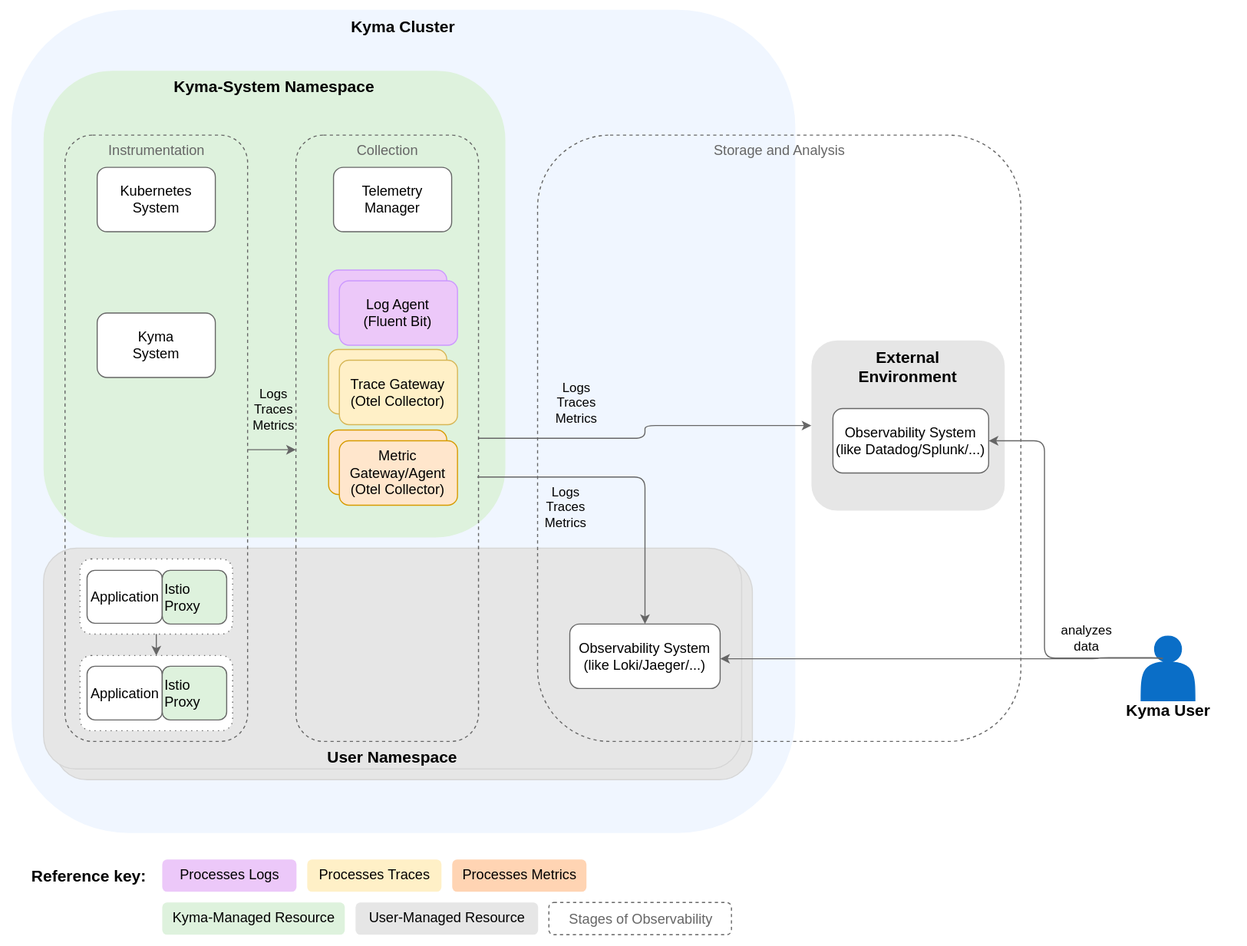
This is docs/user/assets/telemetry-arch.drawio.svg from kyma-project/telemetry-manager, a draw.io export, as it was before one commit. Source tidied: cells renumbered, new cells last; positions are measured from the earlier drawing's top-left corner, leaving out a move shared by most shapes.
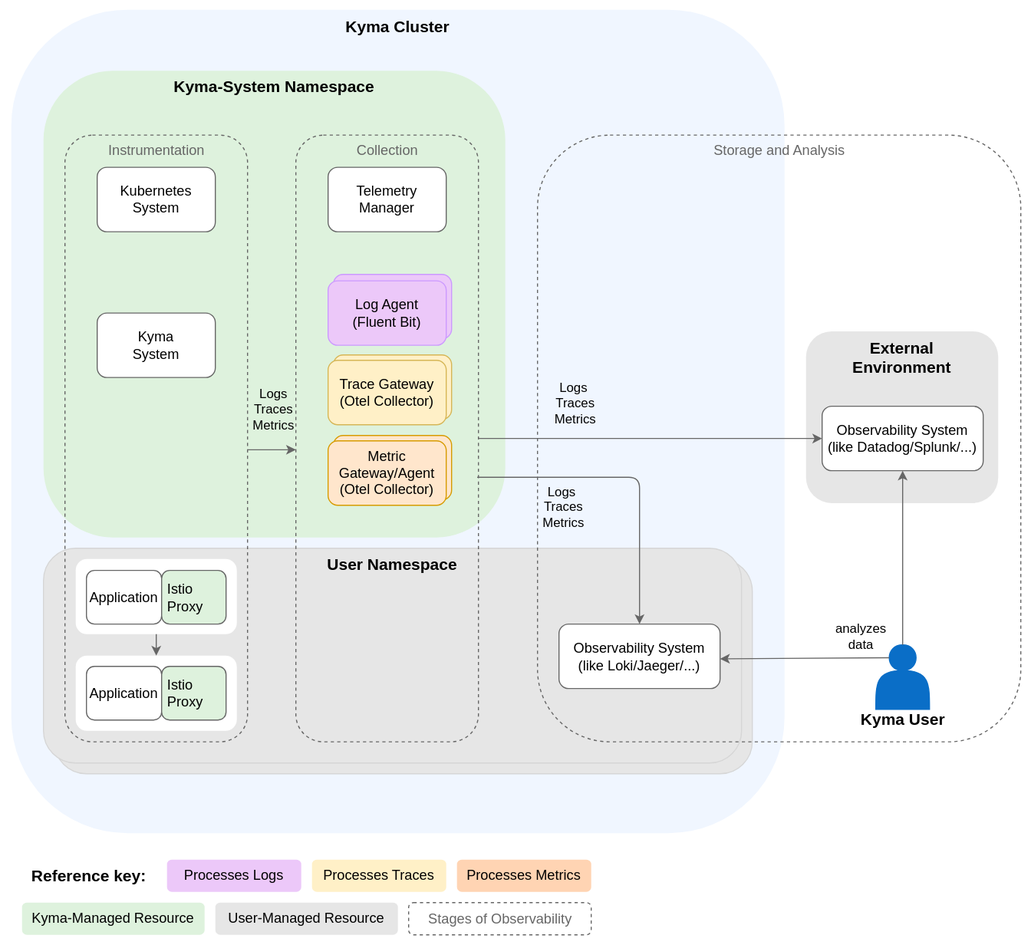
Above is the later version.

Change to the diagram source:
```diff
@@ -3,27 +3,27 @@
     <mxCell id="0" />
     <mxCell id="1" parent="0" />
     <mxCell id="2" style="rounded=0;whiteSpace=wrap;html=1;fillColor=#FFFFFF;strokeColor=none;" parent="1" vertex="1">
-      <mxGeometry width="1160" height="880" as="geometry" />
+      <mxGeometry width="960" height="880" as="geometry" />
     </mxCell>
     <mxCell id="3" value="&lt;b style=&quot;color: rgb(0, 0, 0); font-size: 15px;&quot;&gt;&lt;font style=&quot;font-size: 15px;&quot;&gt;Kyma Cluster&lt;br style=&quot;font-size: 15px;&quot;&gt;&lt;/font&gt;&lt;/b&gt;" style="rounded=1;whiteSpace=wrap;html=1;fillColor=#F0F6FF;strokeColor=none;fontColor=#333333;verticalAlign=top;fontSize=15;" parent="1" vertex="1">
-      <mxGeometry x="10" y="8.6" width="730" height="766.8" as="geometry" />
+      <mxGeometry x="10" y="8.6" width="720" height="766.8" as="geometry" />
     </mxCell>
     <mxCell id="4" value="&lt;b style=&quot;color: rgb(0, 0, 0); font-size: 15px;&quot;&gt;Kyma-System Namespace&lt;br style=&quot;font-size: 15px;&quot;&gt;&lt;/b&gt;" style="rounded=1;whiteSpace=wrap;html=1;dashed=1;fillColor=#DEF2DD;strokeColor=none;verticalAlign=top;fontSize=15;" parent="1" vertex="1">
       <mxGeometry x="40" y="65.3" width="430" height="434.7" as="geometry" />
     </mxCell>
     <mxCell id="5" style="rounded=1;whiteSpace=wrap;html=1;fillColor=#E6E6E6;strokeColor=#d6d6d6;" parent="1" vertex="1">
-      <mxGeometry x="50" y="520" width="650" height="205.7" as="geometry" />
+      <mxGeometry x="50" y="520" width="650" height="200" as="geometry" />
     </mxCell>
-    <mxCell id="6" value="&lt;b style=&quot;color: rgb(0, 0, 0); font-size: 15px;&quot;&gt;User Namespace&lt;br style=&quot;font-size: 15px;&quot;&gt;&lt;/b&gt;" style="rounded=1;whiteSpace=wrap;html=1;fillColor=#E6E6E6;strokeColor=#D6D6D6;verticalAlign=bottom;fontSize=15;" parent="1" vertex="1">
-      <mxGeometry x="40" y="510" width="650" height="205.7" as="geometry" />
+    <mxCell id="6" value="&lt;b style=&quot;color: rgb(0, 0, 0); font-size: 15px;&quot;&gt;User Namespace&lt;br style=&quot;font-size: 15px;&quot;&gt;&lt;/b&gt;" style="rounded=1;whiteSpace=wrap;html=1;fillColor=#E6E6E6;strokeColor=#D6D6D6;verticalAlign=top;fontSize=15;" parent="1" vertex="1">
+      <mxGeometry x="40" y="510" width="650" height="200" as="geometry" />
     </mxCell>
     <mxCell id="7" value="&lt;font color=&quot;#666666&quot; style=&quot;font-size: 13px;&quot;&gt;Storage and Analysis&lt;br style=&quot;font-size: 13px;&quot;&gt;&lt;/font&gt;" style="html=1;fillColor=none;strokeColor=#666666;rounded=1;dashed=1;verticalAlign=top;fontSize=13;" parent="1" vertex="1">
-      <mxGeometry x="500" y="125.3" width="450" height="564.7" as="geometry" />
+      <mxGeometry x="500" y="125.3" width="450" height="565" as="geometry" />
     </mxCell>
     <mxCell id="8" value="&lt;b style=&quot;color: rgb(0, 0, 0);&quot;&gt;&lt;font style=&quot;font-size: 15px;&quot;&gt;External&lt;br&gt;Environment&lt;br&gt;&lt;/font&gt;&lt;/b&gt;" style="rounded=1;whiteSpace=wrap;html=1;fillColor=#e6e6e6;strokeColor=none;fontColor=#333333;verticalAlign=top;" parent="1" vertex="1">
-      <mxGeometry x="755" y="316.6" width="180" height="158.4" as="geometry" />
+      <mxGeometry x="750" y="308" width="179" height="160" as="geometry" />
     </mxCell>
-    <mxCell id="9" style="edgeStyle=orthogonalEdgeStyle;rounded=1;jettySize=auto;html=1;entryX=0;entryY=0.5;entryDx=0;entryDy=0;strokeColor=#666666;" parent="1" edge="1" source="20" target="8">
+    <mxCell id="9" style="edgeStyle=orthogonalEdgeStyle;rounded=1;jettySize=auto;html=1;entryX=0;entryY=0.5;entryDx=0;entryDy=0;strokeColor=#666666;exitX=1;exitY=0.5;exitDx=0;exitDy=0;" parent="1" edge="1" source="20" target="13">
       <mxGeometry relative="1" as="geometry" />
     </mxCell>
     <mxCell id="10" value="Logs&amp;nbsp;&lt;br style=&quot;font-size: 12px;&quot;&gt;Traces&lt;br style=&quot;font-size: 12px;&quot;&gt;Metrics" style="edgeLabel;html=1;align=center;verticalAlign=middle;labelBackgroundColor=none;fontSize=12;" parent="9" vertex="1">
@@ -40,10 +40,10 @@
       </mxGeometry>
     </mxCell>
     <mxCell id="13" value="Observability System&lt;br style=&quot;font-size: 13px;&quot;&gt;(like Datadog/Splunk/...)" style="rounded=1;whiteSpace=wrap;html=1;fontColor=#000000;fillColor=#FFFFFF;strokeColor=#666666;fontSize=13;" parent="1" vertex="1">
-      <mxGeometry x="775" y="380" width="145" height="60" as="geometry" />
+      <mxGeometry x="765" y="377.8" width="150" height="60" as="geometry" />
     </mxCell>
     <mxCell id="14" value="Observability System&lt;br style=&quot;font-size: 13px;&quot;&gt;(like Loki/Jaeger/...)" style="rounded=1;whiteSpace=wrap;html=1;fontColor=#000000;fillColor=#FFFFFF;strokeColor=#666666;fontSize=13;" parent="1" vertex="1">
-      <mxGeometry x="530" y="580.7" width="140" height="60" as="geometry" />
+      <mxGeometry x="520" y="580.7" width="150" height="60" as="geometry" />
     </mxCell>
     <mxCell id="15" style="edgeStyle=orthogonalEdgeStyle;rounded=1;orthogonalLoop=1;jettySize=auto;html=1;entryX=0;entryY=0.5;entryDx=0;entryDy=0;strokeColor=#666666;labelBackgroundColor=none;fontColor=#666666;" parent="1" edge="1">
       <mxGeometry relative="1" as="geometry">
@@ -57,7 +57,7 @@
       </mxGeometry>
     </mxCell>
     <mxCell id="17" value="&lt;font color=&quot;#666666&quot; style=&quot;font-size: 13px;&quot;&gt;Instrumentation&lt;br style=&quot;font-size: 13px;&quot;&gt;&lt;/font&gt;" style="html=1;fillColor=none;strokeColor=#666666;rounded=1;dashed=1;verticalAlign=top;fontSize=13;" parent="1" vertex="1">
-      <mxGeometry x="60" y="125.3" width="170" height="564.7" as="geometry" />
+      <mxGeometry x="60" y="125.3" width="170" height="565" as="geometry" />
     </mxCell>
     <mxCell id="18" value="Kubernetes&lt;br style=&quot;font-size: 13px;&quot;&gt;System" style="rounded=1;whiteSpace=wrap;html=1;fillColor=#FFFFFF;strokeColor=#666666;fontColor=#000000;fontSize=13;" parent="1" vertex="1">
       <mxGeometry x="90" y="155.3" width="110" height="60" as="geometry" />
@@ -66,40 +66,40 @@
       <mxGeometry x="90" y="291" width="110" height="60" as="geometry" />
     </mxCell>
     <mxCell id="20" value="&lt;font color=&quot;#666666&quot; style=&quot;font-size: 13px;&quot;&gt;Collection&lt;br style=&quot;font-size: 13px;&quot;&gt;&lt;/font&gt;" style="html=1;fillColor=none;strokeColor=#666666;rounded=1;dashed=1;verticalAlign=top;fontSize=13;" parent="1" vertex="1">
-      <mxGeometry x="275" y="125.3" width="170" height="564.7" as="geometry" />
+      <mxGeometry x="275" y="125.3" width="170" height="565" as="geometry" />
     </mxCell>
     <mxCell id="21" value="Telemetry&lt;br style=&quot;font-size: 13px;&quot;&gt;Manager" style="rounded=1;whiteSpace=wrap;html=1;fontColor=#000000;fillColor=#FFFFFF;strokeColor=#666666;fontSize=13;" parent="1" vertex="1">
-      <mxGeometry x="310" y="155.3" width="110" height="60" as="geometry" />
+      <mxGeometry x="305" y="155.3" width="110" height="60" as="geometry" />
     </mxCell>
     <mxCell id="22" value="Log Agent&lt;br&gt;(Fluent Bit)" style="rounded=1;whiteSpace=wrap;html=1;fillColor=#ecc8f9;strokeColor=#CC99FF;fontColor=#000000;" parent="1" vertex="1">
-      <mxGeometry x="305.4" y="251" width="110" height="60" as="geometry" />
+      <mxGeometry x="310" y="255" width="110" height="60" as="geometry" />
     </mxCell>
     <mxCell id="23" value="Trace Gateway&lt;br&gt;(Otel Collector)" style="rounded=1;whiteSpace=wrap;html=1;fillColor=#fff0c7;strokeColor=#D6B656;fontColor=#000000;" parent="1" vertex="1">
-      <mxGeometry x="305.4" y="325" width="110" height="60" as="geometry" />
+      <mxGeometry x="310" y="330" width="110" height="60" as="geometry" />
     </mxCell>
     <mxCell id="24" value="&lt;font style=&quot;font-size: 15px;&quot;&gt;&lt;b&gt;Reference key:&lt;/b&gt;&lt;/font&gt;" style="text;html=1;align=center;verticalAlign=middle;strokeColor=none;fillColor=default;" parent="1" vertex="1">
       <mxGeometry x="17" y="800" width="130" height="30" as="geometry" />
     </mxCell>
     <mxCell id="25" value="&lt;span style=&quot;color: rgb(0, 0, 0); font-family: Helvetica; font-size: 13px; font-style: normal; font-variant-ligatures: normal; font-variant-caps: normal; font-weight: 400; letter-spacing: normal; orphans: 2; text-indent: 0px; text-transform: none; widows: 2; word-spacing: 0px; -webkit-text-stroke-width: 0px; text-decoration-thickness: initial; text-decoration-style: initial; text-decoration-color: initial; float: none; display: inline !important;&quot;&gt;Processes Logs&lt;/span&gt;" style="text;whiteSpace=wrap;html=1;strokeColor=none;rounded=1;fillColor=#ecc8f9;align=center;fontSize=13;" parent="1" vertex="1">
-      <mxGeometry x="150.5" y="800" width="125" height="30" as="geometry" />
+      <mxGeometry x="155" y="800" width="125" height="30" as="geometry" />
     </mxCell>
     <mxCell id="26" value="&lt;span style=&quot;color: rgb(0, 0, 0); font-family: Helvetica; font-size: 13px; font-style: normal; font-variant-ligatures: normal; font-variant-caps: normal; font-weight: 400; letter-spacing: normal; orphans: 2; text-indent: 0px; text-transform: none; widows: 2; word-spacing: 0px; -webkit-text-stroke-width: 0px; text-decoration-thickness: initial; text-decoration-style: initial; text-decoration-color: initial; float: none; display: inline !important;&quot;&gt;Processes Traces&lt;/span&gt;" style="text;whiteSpace=wrap;html=1;strokeColor=none;rounded=1;fillColor=#fff0c7;align=center;fontSize=13;" parent="1" vertex="1">
-      <mxGeometry x="285.5" y="800" width="125" height="30" as="geometry" />
+      <mxGeometry x="290" y="800" width="125" height="30" as="geometry" />
     </mxCell>
     <mxCell id="27" value="&lt;span style=&quot;color: rgb(0, 0, 0); font-family: Helvetica; font-size: 13px; font-style: normal; font-variant-ligatures: normal; font-variant-caps: normal; font-weight: 400; letter-spacing: normal; orphans: 2; text-indent: 0px; text-transform: none; widows: 2; word-spacing: 0px; -webkit-text-stroke-width: 0px; text-decoration-thickness: initial; text-decoration-style: initial; text-decoration-color: initial; float: none; display: inline !important;&quot;&gt;Processes Metrics&lt;/span&gt;" style="text;whiteSpace=wrap;html=1;strokeColor=none;rounded=1;fillColor=#ffd4b3;align=center;fontSize=13;" parent="1" vertex="1">
-      <mxGeometry x="420.5" y="800" width="125" height="30" as="geometry" />
+      <mxGeometry x="425" y="800" width="125" height="30" as="geometry" />
     </mxCell>
     <mxCell id="28" value="&lt;span style=&quot;color: rgb(0, 0, 0); font-family: Helvetica; font-size: 13px; font-style: normal; font-variant-ligatures: normal; font-variant-caps: normal; font-weight: 400; letter-spacing: normal; orphans: 2; text-indent: 0px; text-transform: none; widows: 2; word-spacing: 0px; -webkit-text-stroke-width: 0px; text-decoration-thickness: initial; text-decoration-style: initial; text-decoration-color: initial; float: none; display: inline !important;&quot;&gt;User-Managed Resource&lt;/span&gt;" style="text;whiteSpace=wrap;html=1;strokeColor=none;rounded=1;fillColor=#e6e6e6;align=center;fontSize=13;" parent="1" vertex="1">
-      <mxGeometry x="330.5" y="840" width="170" height="30" as="geometry" />
+      <mxGeometry x="200" y="840" width="170" height="30" as="geometry" />
     </mxCell>
     <mxCell id="29" value="&lt;font color=&quot;#666666&quot; style=&quot;font-size: 13px;&quot;&gt;&lt;font style=&quot;font-size: 13px;&quot;&gt;Stages of Observability&lt;/font&gt;&lt;br style=&quot;font-size: 13px;&quot;&gt;&lt;/font&gt;" style="html=1;fillColor=none;strokeColor=#666666;rounded=1;dashed=1;fontSize=13;" parent="1" vertex="1">
-      <mxGeometry x="510.5" y="840" width="170" height="30" as="geometry" />
+      <mxGeometry x="380" y="840" width="170" height="30" as="geometry" />
     </mxCell>
     <mxCell id="30" value="Metric Gateway/Agent&lt;br&gt;(Otel Collector)" style="rounded=1;whiteSpace=wrap;html=1;fillColor=#ffe6cc;strokeColor=#d79b00;" parent="1" vertex="1">
-      <mxGeometry x="305.4" y="400" width="110" height="60" as="geometry" />
+      <mxGeometry x="310" y="405" width="110" height="60" as="geometry" />
     </mxCell>
     <mxCell id="31" style="group;" parent="1" vertex="1">
-      <mxGeometry x="1042" y="592" width="90" height="79" as="geometry" />
+      <mxGeometry x="795" y="600" width="90" height="79" as="geometry" />
     </mxCell>
     <mxCell id="32" style="shape=actor;whiteSpace=wrap;html=1;fillColor=#0A6EC7;strokeColor=#0A6EC7;" parent="31" vertex="1">
       <mxGeometry x="20" width="50" height="60" as="geometry" />
@@ -107,60 +107,59 @@
     <mxCell id="33" value="&lt;font style=&quot;font-size: 15px&quot;&gt;&lt;b&gt;Kyma User&lt;/b&gt;&lt;/font&gt;" style="text;html=1;align=center;verticalAlign=middle;fontSize=15;" parent="31" vertex="1">
       <mxGeometry y="59" width="90" height="20" as="geometry" />
     </mxCell>
-    <mxCell id="34" style="rounded=1;jettySize=auto;html=1;strokeColor=#666666;entryX=1;entryY=0.5;entryDx=0;entryDy=0;exitX=0.407;exitY=0.34;exitDx=0;exitDy=0;exitPerimeter=0;edgeStyle=orthogonalEdgeStyle;" parent="1" edge="1" source="32" target="13">
+    <mxCell id="34" style="rounded=1;jettySize=auto;html=1;strokeColor=#666666;entryX=0.5;entryY=1;entryDx=0;entryDy=0;exitX=0.5;exitY=0;exitDx=0;exitDy=0;edgeStyle=orthogonalEdgeStyle;" parent="1" edge="1" source="32" target="13">
       <mxGeometry relative="1" as="geometry">
         <Array as="points">
-          <mxPoint x="972" y="613" />
-          <mxPoint x="972" y="410" />
+          <mxPoint x="840" y="600" />
+          <mxPoint x="840" y="600" />
         </Array>
       </mxGeometry>
     </mxCell>
-    <mxCell id="35" value="&lt;font style=&quot;font-size: 12px;&quot;&gt;analyzes &lt;br style=&quot;font-size: 12px;&quot;&gt;data&lt;br&gt;&lt;/font&gt;" style="edgeLabel;html=1;align=center;verticalAlign=middle;fontSize=12;" parent="34" vertex="1">
+    <mxCell id="35" value="&lt;font style=&quot;font-size: 12px;&quot;&gt;analyzes &lt;br style=&quot;font-size: 12px;&quot;&gt;data&lt;br&gt;&lt;/font&gt;" style="edgeLabel;html=1;align=center;verticalAlign=middle;fontSize=12;labelBackgroundColor=none;" parent="34" vertex="1">
       <mxGeometry x="-0.05" relative="1" as="geometry">
-        <mxPoint x="38" y="45" as="offset" />
+        <mxPoint x="-40" y="68" as="offset" />
       </mxGeometry>
     </mxCell>
-    <mxCell id="36" style="rounded=1;jettySize=auto;html=1;strokeColor=#666666;exitX=0.381;exitY=0.361;exitDx=0;exitDy=0;exitPerimeter=0;edgeStyle=orthogonalEdgeStyle;" parent="1" edge="1" source="32">
+    <mxCell id="36" style="rounded=1;jettySize=auto;html=1;strokeColor=#666666;exitX=0.25;exitY=0.2;exitDx=0;exitDy=0;exitPerimeter=0;edgeStyle=orthogonalEdgeStyle;" parent="1" edge="1" source="32">
       <mxGeometry relative="1" as="geometry">
         <mxPoint x="670" y="613" as="targetPoint" />
         <Array as="points">
-          <mxPoint x="1081" y="612" />
-          <mxPoint x="1022" y="612" />
+          <mxPoint x="670" y="612" />
         </Array>
       </mxGeometry>
     </mxCell>
     <mxCell id="37" value="Metric Gateway/Agent&lt;br style=&quot;font-size: 13px;&quot;&gt;(Otel Collector)" style="rounded=1;whiteSpace=wrap;html=1;fillColor=#ffe6cc;strokeColor=#d79b00;fontSize=13;" parent="1" vertex="1">
-      <mxGeometry x="315.4" y="410" width="110" height="60" as="geometry" />
+      <mxGeometry x="305" y="410" width="110" height="60" as="geometry" />
     </mxCell>
     <mxCell id="38" value="Trace Gateway&lt;br style=&quot;font-size: 13px;&quot;&gt;(Otel Collector)" style="rounded=1;whiteSpace=wrap;html=1;fillColor=#fff0c7;strokeColor=#D6B656;fontColor=#000000;fontSize=13;" parent="1" vertex="1">
-      <mxGeometry x="315.4" y="335" width="110" height="60" as="geometry" />
+      <mxGeometry x="305" y="335" width="110" height="60" as="geometry" />
     </mxCell>
     <mxCell id="39" value="Log Agent&lt;br style=&quot;font-size: 13px;&quot;&gt;(Fluent Bit)" style="rounded=1;whiteSpace=wrap;html=1;fillColor=#ecc8f9;strokeColor=#CC99FF;fontColor=#000000;fontSize=13;" parent="1" vertex="1">
-      <mxGeometry x="315.4" y="261" width="110" height="60" as="geometry" />
+      <mxGeometry x="305" y="261" width="110" height="60" as="geometry" />
     </mxCell>
-    <mxCell id="40" style="rounded=1;whiteSpace=wrap;html=1;fillColor=#FFFFFF;strokeColor=#666666;fontColor=#000000;dashed=1;dashPattern=1 4;" parent="1" vertex="1">
-      <mxGeometry x="73.9" y="520" width="142.1" height="70" as="geometry" />
+    <mxCell id="40" style="rounded=1;whiteSpace=wrap;html=1;fillColor=#FFFFFF;strokeColor=none;fontColor=#000000;dashed=1;dashPattern=1 4;" parent="1" vertex="1">
+      <mxGeometry x="70" y="520" width="150" height="70" as="geometry" />
     </mxCell>
-    <mxCell id="41" style="rounded=1;whiteSpace=wrap;html=1;fillColor=#FFFFFF;strokeColor=#666666;fontColor=#000000;dashed=1;dashPattern=1 4;" parent="1" vertex="1">
-      <mxGeometry x="73.9" y="610" width="142.1" height="70" as="geometry" />
+    <mxCell id="41" style="rounded=1;whiteSpace=wrap;html=1;fillColor=#FFFFFF;strokeColor=none;fontColor=#000000;dashed=1;dashPattern=1 4;" parent="1" vertex="1">
+      <mxGeometry x="70" y="610" width="150" height="70" as="geometry" />
     </mxCell>
     <mxCell id="42" style="edgeStyle=orthogonalEdgeStyle;rounded=1;jettySize=auto;html=1;entryX=0.5;entryY=0;entryDx=0;entryDy=0;strokeColor=#666666;exitX=0.5;exitY=1;exitDx=0;exitDy=0;" parent="1" edge="1" source="40" target="41">
       <mxGeometry relative="1" as="geometry" />
     </mxCell>
     <mxCell id="43" value="&lt;font style=&quot;font-size: 13px;&quot;&gt;Application&lt;/font&gt;" style="rounded=1;whiteSpace=wrap;html=1;fillColor=#FFFFFF;strokeColor=#666666;fontColor=#000000;fontSize=13;" parent="1" vertex="1">
-      <mxGeometry x="80.5" y="620" width="70" height="50" as="geometry" />
+      <mxGeometry x="80" y="620" width="70" height="50" as="geometry" />
     </mxCell>
     <mxCell id="44" value="&lt;font style=&quot;font-size: 13px;&quot;&gt;Application&lt;/font&gt;" style="rounded=1;whiteSpace=wrap;html=1;fillColor=#FFFFFF;strokeColor=#666666;fontColor=#000000;fontSize=13;" parent="1" vertex="1">
-      <mxGeometry x="80.5" y="530.7" width="70" height="49.3" as="geometry" />
+      <mxGeometry x="80" y="530.7" width="70" height="50" as="geometry" />
     </mxCell>
     <mxCell id="45" value="&lt;font style=&quot;font-size: 13px;&quot;&gt;&amp;nbsp;Istio&lt;br style=&quot;font-size: 13px;&quot;&gt;&amp;nbsp;Proxy&lt;/font&gt;" style="rounded=1;whiteSpace=wrap;html=1;fontSize=13;fillColor=#def2dd;strokeColor=#666666;fontColor=#000000;align=left;" parent="1" vertex="1">
-      <mxGeometry x="150.5" y="530.7" width="60" height="50" as="geometry" />
+      <mxGeometry x="150" y="530.7" width="60" height="50" as="geometry" />
     </mxCell>
     <mxCell id="46" value="&lt;font style=&quot;font-size: 13px;&quot;&gt;&amp;nbsp;Istio&lt;br style=&quot;font-size: 13px;&quot;&gt;&amp;nbsp;Proxy&lt;/font&gt;" style="rounded=1;whiteSpace=wrap;html=1;fontSize=13;fillColor=#def2dd;strokeColor=#666666;fontColor=#000000;align=left;" parent="1" vertex="1">
-      <mxGeometry x="150.5" y="620" width="60" height="50" as="geometry" />
+      <mxGeometry x="150" y="620" width="60" height="50" as="geometry" />
     </mxCell>
     <mxCell id="47" value="&lt;span style=&quot;color: rgb(0, 0, 0); font-family: Helvetica; font-size: 13px; font-style: normal; font-variant-ligatures: normal; font-variant-caps: normal; font-weight: 400; letter-spacing: normal; orphans: 2; text-indent: 0px; text-transform: none; widows: 2; word-spacing: 0px; -webkit-text-stroke-width: 0px; text-decoration-thickness: initial; text-decoration-style: initial; text-decoration-color: initial; float: none; display: inline !important;&quot;&gt;Kyma-Managed Resource&lt;/span&gt;" style="text;whiteSpace=wrap;html=1;strokeColor=none;rounded=1;fillColor=#def2dd;align=center;" parent="1" vertex="1">
-      <mxGeometry x="150.5" y="840" width="170" height="30" as="geometry" />
+      <mxGeometry x="20" y="840" width="170" height="30" as="geometry" />
     </mxCell>
   </root>
 </mxGraphModel>
```
